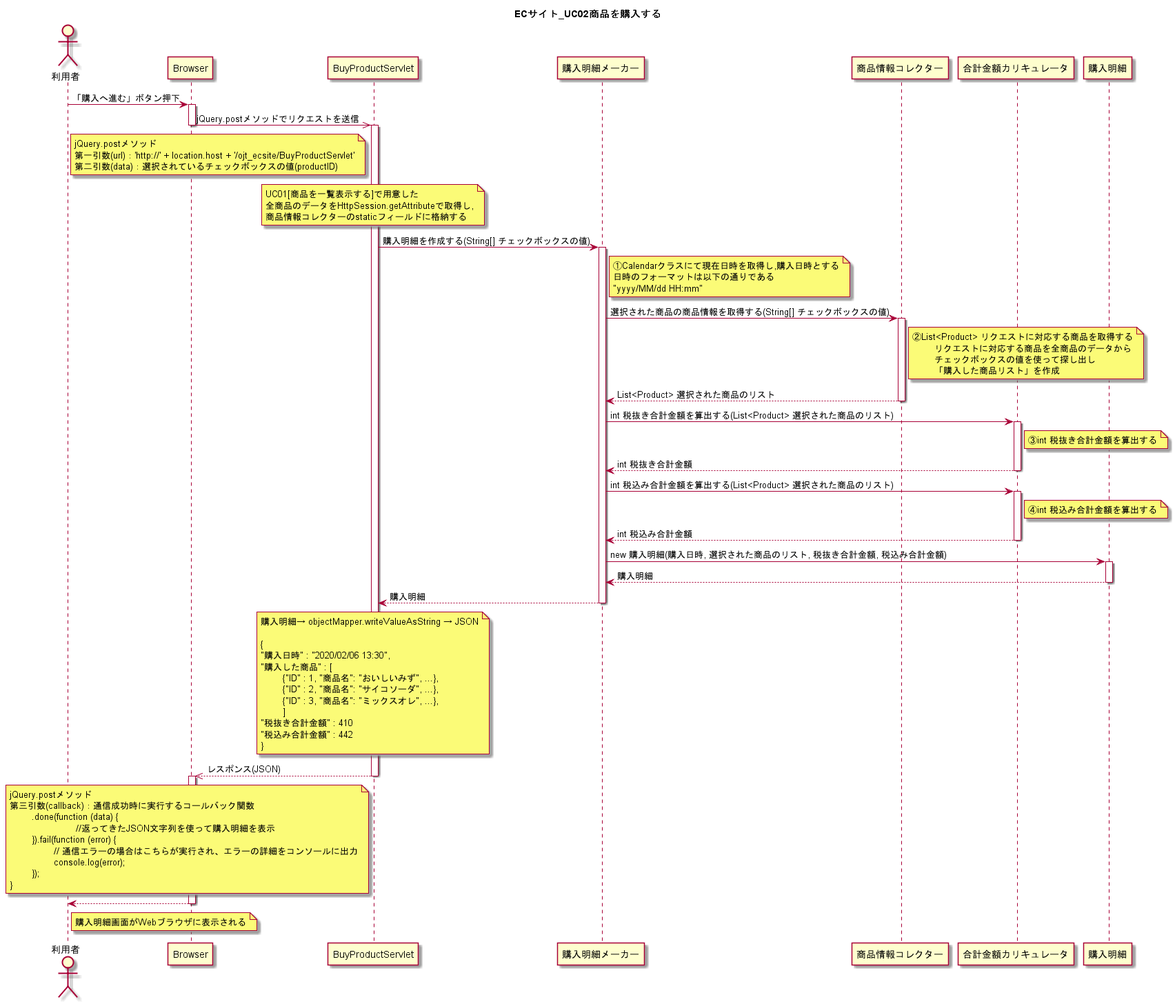
The PlantUML diagram UML/ECサイト_UC02商品を購入する.png in wnakayama/ojt_ecsite, before a commit.
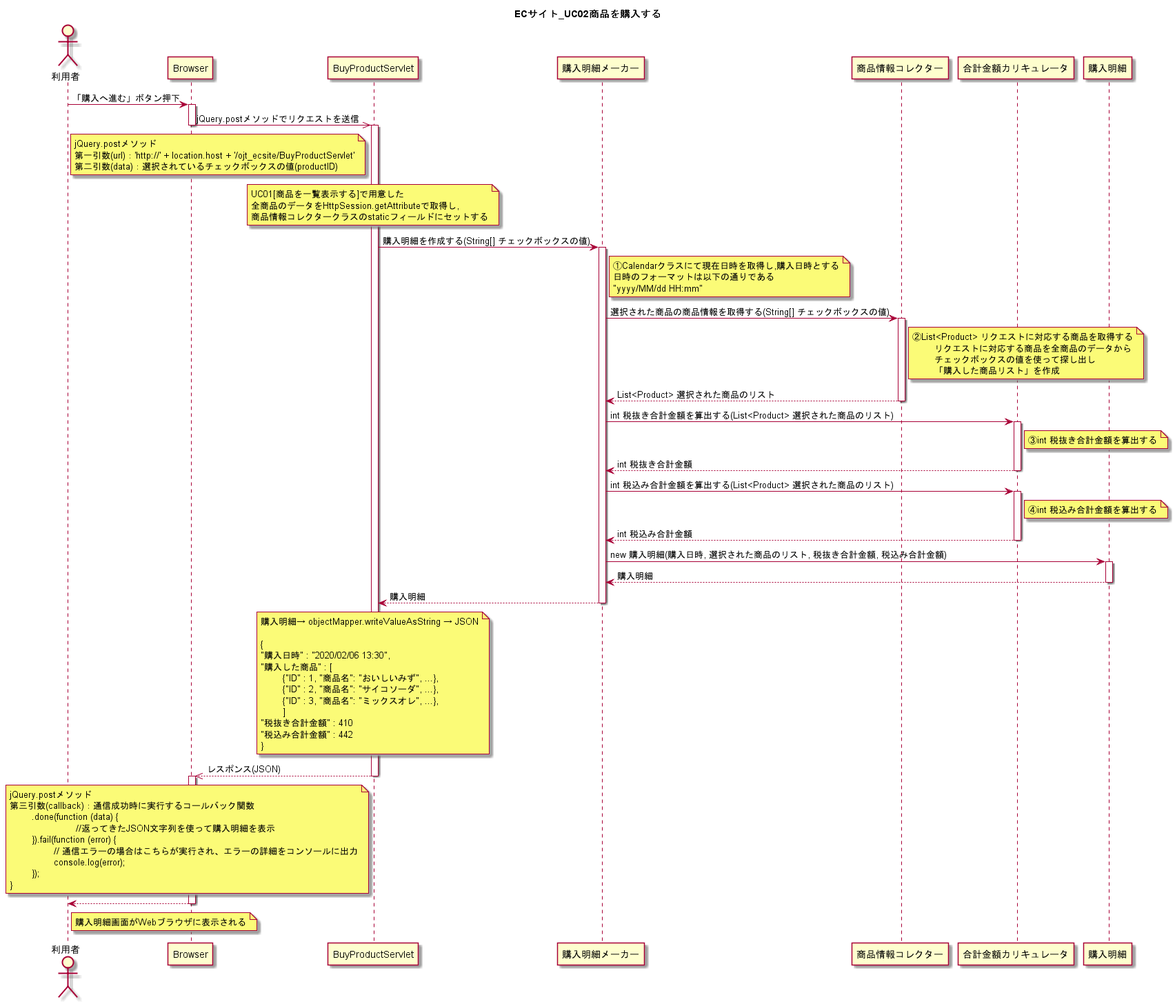
Later version of the same file.

The edit, as a diff of the source:
```diff
@@ -19,7 +19,7 @@
 	note over BuyProductServlet
 	UC01[商品を一覧表示する]で用意した
 	全商品のデータをHttpSession.getAttributeで取得し,
-	商品情報コレクターのstaticフィールドに格納する
+	商品情報コレクタークラスのstaticフィールドにセットする
 	end note
 
 BuyProductServlet -> 購入明細メーカー : 購入明細を作成する(String[] チェックボックスの値)
```
